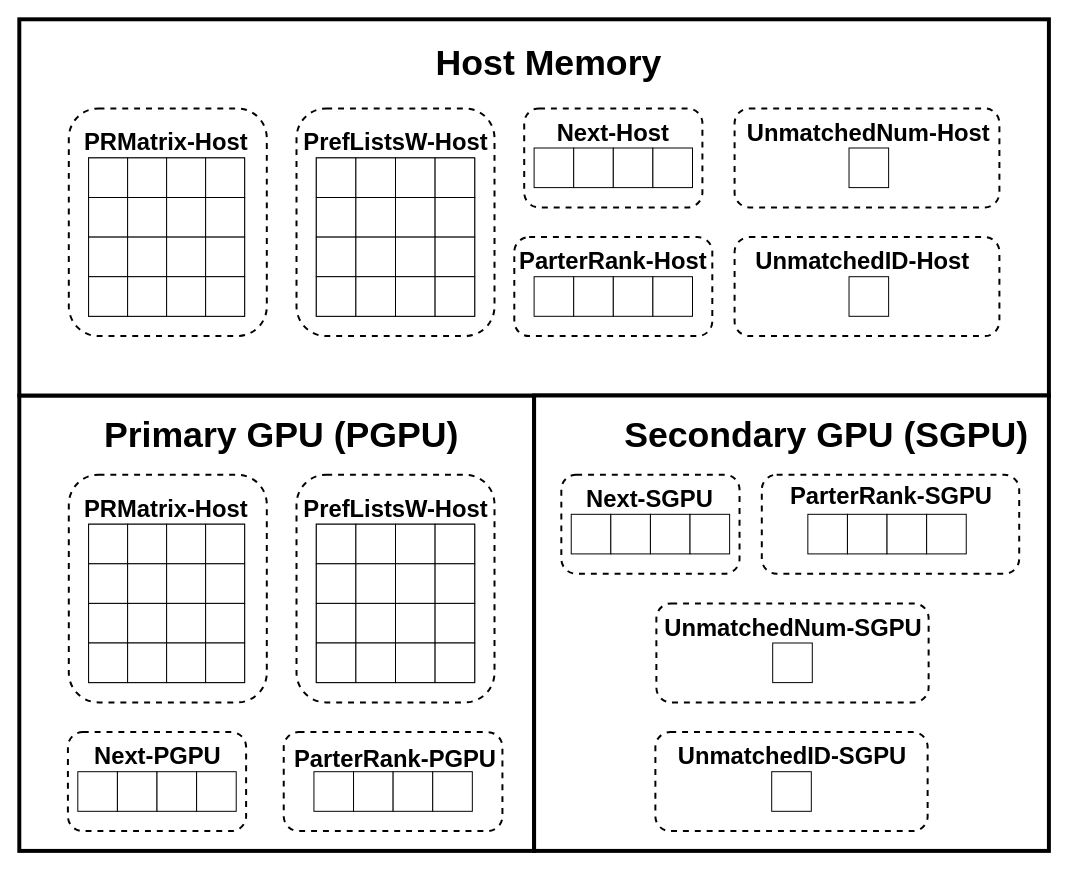
Before: DSInHybridSystem.drawio in victorliu-sq/BambooSMP-Figures, a draw.io diagram. Source tidied: cells renumbered, new cells numbered last; positions are measured from the earlier drawing's top-left corner, leaving out a move shared by most shapes. Both pictures are drawn from the tidied source at 99%, with x=0, y=0 at pixel (19, 19).
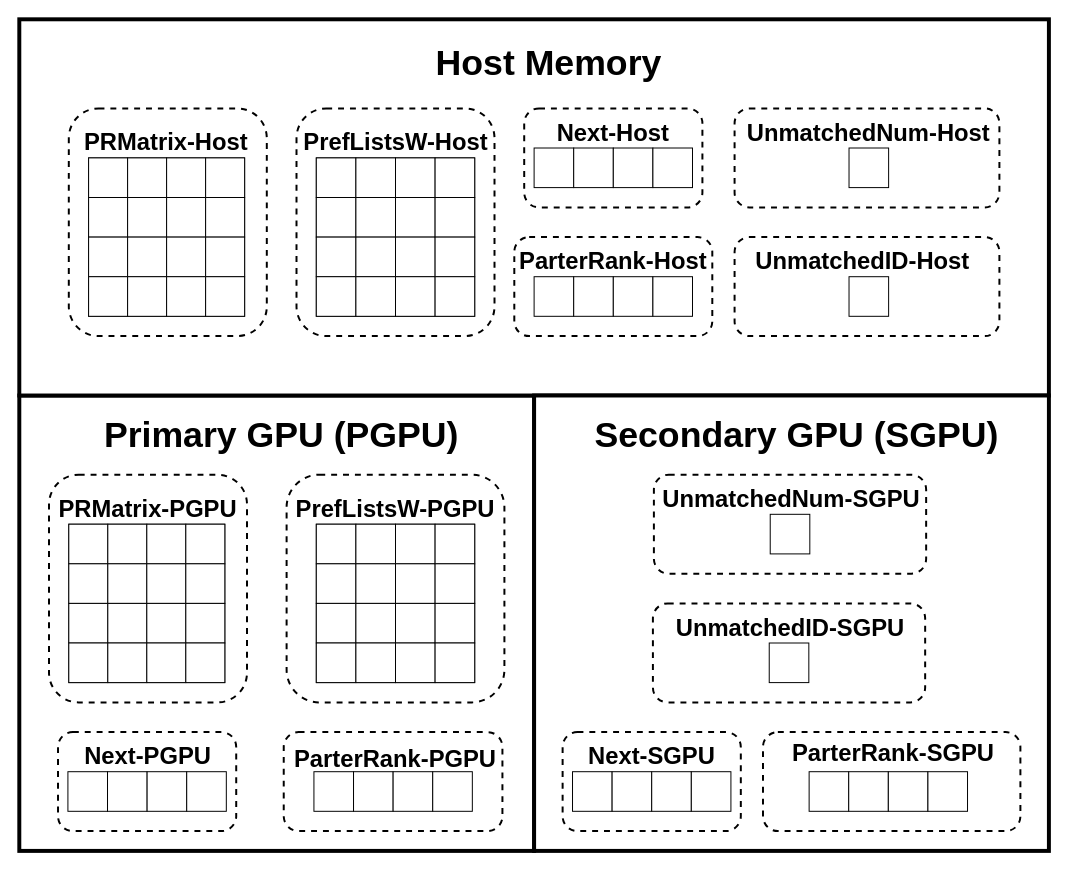
Above is the later version.

The edit, as a diff of the source:
```diff
@@
     <mxCell id="43" style="rounded=1;whiteSpace=wrap;html=1;fillColor=none;strokeWidth=2;dashed=1;" parent="1" vertex="1">
-      <mxGeometry x="547.5" y="460" width="180" height="100" as="geometry" />
+      <mxGeometry x="548.8" y="720" width="180" height="100" as="geometry" />
     </mxCell>
     <mxCell id="44" value="&lt;p style=&quot;font-size: 24px;&quot;&gt;&lt;b style=&quot;font-size: 24px;&quot;&gt;&lt;font style=&quot;font-size: 24px;&quot;&gt;Next-SGPU&lt;/font&gt;&lt;/b&gt;&lt;/p&gt;" style="text;html=1;align=center;verticalAlign=middle;whiteSpace=wrap;rounded=0;fontSize=24;" parent="1" vertex="1">
-      <mxGeometry x="559.4" y="470" width="156.2" height="30" as="geometry" />
+      <mxGeometry x="560.6" y="730" width="156.2" height="30" as="geometry" />
     </mxCell>
     <mxCell id="45" value="&lt;b style=&quot;font-size: 36px;&quot;&gt;&lt;font style=&quot;font-size: 36px;&quot;&gt;Secondary GPU (SGPU)&lt;/font&gt;&lt;/b&gt;" style="rounded=1;whiteSpace=wrap;html=1;strokeColor=none;fillColor=none;fontSize=36;" parent="1" vertex="1">
-      <mxGeometry x="596.2" y="400" width="438.6" height="40" as="geometry" />
+      <mxGeometry x="566.2" y="400" width="438.6" height="40" as="geometry" />
     </mxCell>
@@
     <mxCell id="64" style="rounded=1;whiteSpace=wrap;html=1;fillColor=none;strokeWidth=2;dashed=1;" parent="1" vertex="1">
-      <mxGeometry x="49.1" y="720" width="180" height="100" as="geometry" />
+      <mxGeometry x="39.1" y="720" width="180" height="100" as="geometry" />
     </mxCell>
@@
     <mxCell id="66" style="group;" parent="1" vertex="1">
-      <mxGeometry x="59.1" y="760" width="160" height="80" as="geometry" />
+      <mxGeometry x="49.1" y="760" width="160" height="80" as="geometry" />
     </mxCell>
@@
     <mxCell id="72" value="&lt;p style=&quot;font-size: 24px;&quot;&gt;&lt;b style=&quot;font-size: 24px;&quot;&gt;&lt;font style=&quot;font-size: 24px;&quot;&gt;Next-PGPU&lt;/font&gt;&lt;/b&gt;&lt;/p&gt;" style="text;html=1;align=center;verticalAlign=middle;whiteSpace=wrap;rounded=0;fontSize=24;" parent="1" vertex="1">
-      <mxGeometry x="59.6" y="730" width="160.4" height="30" as="geometry" />
+      <mxGeometry x="49.6" y="730" width="160.4" height="30" as="geometry" />
     </mxCell>
@@
     <mxCell id="85" style="rounded=1;whiteSpace=wrap;html=1;fillColor=none;strokeWidth=2;dashed=1;" parent="1" vertex="1">
-      <mxGeometry x="642.5" y="720" width="275" height="100" as="geometry" />
+      <mxGeometry x="640" y="590" width="275" height="100" as="geometry" />
     </mxCell>
     <mxCell id="86" style="rounded=0;whiteSpace=wrap;html=1;" parent="1" vertex="1">
-      <mxGeometry x="760" y="760" width="40" height="40" as="geometry" />
+      <mxGeometry x="757.5" y="630" width="40" height="40" as="geometry" />
     </mxCell>
     <mxCell id="87" value="&lt;p style=&quot;font-size: 24px;&quot;&gt;&lt;b style=&quot;font-size: 24px;&quot;&gt;&lt;font style=&quot;font-size: 24px;&quot;&gt;UnmatchedID-SGPU&lt;/font&gt;&lt;/b&gt;&lt;br style=&quot;font-size: 24px;&quot;&gt;&lt;/p&gt;" style="text;html=1;align=center;verticalAlign=middle;whiteSpace=wrap;rounded=0;fontSize=24;" parent="1" vertex="1">
-      <mxGeometry x="649.2" y="730" width="264.4" height="30" as="geometry" />
+      <mxGeometry x="646.7" y="600" width="264.4" height="30" as="geometry" />
     </mxCell>
     <mxCell id="88" style="rounded=0;whiteSpace=wrap;html=1;" parent="1" vertex="1">
-      <mxGeometry x="557.5" y="500" width="40" height="40" as="geometry" />
+      <mxGeometry x="558.8" y="760" width="40" height="40" as="geometry" />
     </mxCell>
     <mxCell id="89" style="rounded=0;whiteSpace=wrap;html=1;" parent="1" vertex="1">
-      <mxGeometry x="597.5" y="500" width="40" height="40" as="geometry" />
+      <mxGeometry x="598.8" y="760" width="40" height="40" as="geometry" />
     </mxCell>
     <mxCell id="90" style="rounded=0;whiteSpace=wrap;html=1;" parent="1" vertex="1">
-      <mxGeometry x="637.5" y="500" width="40" height="40" as="geometry" />
+      <mxGeometry x="638.8" y="760" width="40" height="40" as="geometry" />
     </mxCell>
     <mxCell id="91" style="rounded=0;whiteSpace=wrap;html=1;" parent="1" vertex="1">
-      <mxGeometry x="677.5" y="500" width="40" height="40" as="geometry" />
+      <mxGeometry x="678.8" y="760" width="40" height="40" as="geometry" />
     </mxCell>
     <mxCell id="92" style="rounded=1;whiteSpace=wrap;html=1;fillColor=none;strokeWidth=2;dashed=1;" parent="1" vertex="1">
-      <mxGeometry x="50" y="460" width="200" height="230" as="geometry" />
+      <mxGeometry x="30" y="460" width="200" height="230" as="geometry" />
     </mxCell>
     <mxCell id="93" style="rounded=1;whiteSpace=wrap;html=1;fillColor=none;strokeWidth=2;dashed=1;" parent="1" vertex="1">
-      <mxGeometry x="280" y="460" width="200" height="230" as="geometry" />
+      <mxGeometry x="270" y="460" width="220" height="230" as="geometry" />
     </mxCell>
@@
-    <mxCell id="112" value="&lt;p style=&quot;font-size: 24px;&quot;&gt;&lt;b style=&quot;font-size: 24px;&quot;&gt;&lt;font style=&quot;font-size: 24px;&quot;&gt;PRMatrix-Host&lt;/font&gt;&lt;/b&gt;&lt;/p&gt;" style="text;html=1;align=center;verticalAlign=middle;whiteSpace=wrap;rounded=0;fontSize=24;" parent="1" vertex="1">
-      <mxGeometry x="63.2" y="480" width="171.2" height="30" as="geometry" />
+    <mxCell id="112" value="&lt;p style=&quot;font-size: 24px;&quot;&gt;&lt;b style=&quot;font-size: 24px;&quot;&gt;&lt;font style=&quot;font-size: 24px;&quot;&gt;PRMatrix-PGPU&lt;/font&gt;&lt;/b&gt;&lt;/p&gt;" style="text;html=1;align=center;verticalAlign=middle;whiteSpace=wrap;rounded=0;fontSize=24;" parent="1" vertex="1">
+      <mxGeometry x="32.8" y="480" width="194.4" height="30" as="geometry" />
     </mxCell>
-    <mxCell id="113" value="&lt;p&gt;&lt;b&gt;&lt;font style=&quot;font-size: 24px;&quot;&gt;PrefListsW-Host&lt;/font&gt;&lt;/b&gt;&lt;/p&gt;" style="text;html=1;align=center;verticalAlign=middle;whiteSpace=wrap;rounded=0;" parent="1" vertex="1">
-      <mxGeometry x="283.8" y="480" width="192.5" height="30" as="geometry" />
+    <mxCell id="113" value="&lt;p&gt;&lt;b&gt;&lt;font style=&quot;font-size: 24px;&quot;&gt;PrefListsW-PGPU&lt;/font&gt;&lt;/b&gt;&lt;/p&gt;" style="text;html=1;align=center;verticalAlign=middle;whiteSpace=wrap;rounded=0;" parent="1" vertex="1">
+      <mxGeometry x="276.9" y="480" width="206.2" height="30" as="geometry" />
     </mxCell>
     <mxCell id="114" style="rounded=0;whiteSpace=wrap;html=1;" parent="1" vertex="1">
-      <mxGeometry x="70" y="510" width="157.6" height="160" as="geometry" />
+      <mxGeometry x="50" y="510" width="157.6" height="160" as="geometry" />
     </mxCell>
     <mxCell id="115" style="rounded=0;whiteSpace=wrap;html=1;" parent="1" vertex="1">
-      <mxGeometry x="70" y="510" width="39.4" height="40" as="geometry" />
+      <mxGeometry x="50" y="510" width="39.4" height="40" as="geometry" />
     </mxCell>
     <mxCell id="116" style="rounded=0;whiteSpace=wrap;html=1;" parent="1" vertex="1">
-      <mxGeometry x="70" y="550" width="39.4" height="40" as="geometry" />
+      <mxGeometry x="50" y="550" width="39.4" height="40" as="geometry" />
     </mxCell>
     <mxCell id="117" style="rounded=0;whiteSpace=wrap;html=1;" parent="1" vertex="1">
-      <mxGeometry x="70" y="590" width="39.4" height="40" as="geometry" />
+      <mxGeometry x="50" y="590" width="39.4" height="40" as="geometry" />
     </mxCell>
     <mxCell id="118" style="rounded=0;whiteSpace=wrap;html=1;" parent="1" vertex="1">
-      <mxGeometry x="70" y="630" width="39.4" height="40" as="geometry" />
+      <mxGeometry x="50" y="630" width="39.4" height="40" as="geometry" />
     </mxCell>
     <mxCell id="119" style="rounded=0;whiteSpace=wrap;html=1;" parent="1" vertex="1">
-      <mxGeometry x="109.4" y="510" width="39.4" height="40" as="geometry" />
+      <mxGeometry x="89.4" y="510" width="39.4" height="40" as="geometry" />
     </mxCell>
     <mxCell id="120" style="rounded=0;whiteSpace=wrap;html=1;" parent="1" vertex="1">
-      <mxGeometry x="109.4" y="550" width="39.4" height="40" as="geometry" />
+      <mxGeometry x="89.4" y="550" width="39.4" height="40" as="geometry" />
     </mxCell>
     <mxCell id="121" style="rounded=0;whiteSpace=wrap;html=1;" parent="1" vertex="1">
-      <mxGeometry x="109.4" y="590" width="39.4" height="40" as="geometry" />
+      <mxGeometry x="89.4" y="590" width="39.4" height="40" as="geometry" />
     </mxCell>
     <mxCell id="122" style="rounded=0;whiteSpace=wrap;html=1;" parent="1" vertex="1">
-      <mxGeometry x="109.4" y="630" width="39.4" height="40" as="geometry" />
+      <mxGeometry x="89.4" y="630" width="39.4" height="40" as="geometry" />
     </mxCell>
     <mxCell id="123" style="rounded=0;whiteSpace=wrap;html=1;" parent="1" vertex="1">
-      <mxGeometry x="148.8" y="510" width="39.4" height="40" as="geometry" />
+      <mxGeometry x="128.8" y="510" width="39.4" height="40" as="geometry" />
     </mxCell>
     <mxCell id="124" style="rounded=0;whiteSpace=wrap;html=1;" parent="1" vertex="1">
-      <mxGeometry x="148.8" y="550" width="39.4" height="40" as="geometry" />
+      <mxGeometry x="128.8" y="550" width="39.4" height="40" as="geometry" />
     </mxCell>
     <mxCell id="125" style="rounded=0;whiteSpace=wrap;html=1;" parent="1" vertex="1">
-      <mxGeometry x="148.8" y="590" width="39.4" height="40" as="geometry" />
+      <mxGeometry x="128.8" y="590" width="39.4" height="40" as="geometry" />
     </mxCell>
     <mxCell id="126" style="rounded=0;whiteSpace=wrap;html=1;" parent="1" vertex="1">
-      <mxGeometry x="148.8" y="630" width="39.4" height="40" as="geometry" />
+      <mxGeometry x="128.8" y="630" width="39.4" height="40" as="geometry" />
     </mxCell>
     <mxCell id="127" style="rounded=0;whiteSpace=wrap;html=1;" parent="1" vertex="1">
-      <mxGeometry x="188.2" y="510" width="39.4" height="40" as="geometry" />
+      <mxGeometry x="168.2" y="510" width="39.4" height="40" as="geometry" />
     </mxCell>
     <mxCell id="128" style="rounded=0;whiteSpace=wrap;html=1;" parent="1" vertex="1">
-      <mxGeometry x="188.2" y="550" width="39.4" height="40" as="geometry" />
+      <mxGeometry x="168.2" y="550" width="39.4" height="40" as="geometry" />
     </mxCell>
     <mxCell id="129" style="rounded=0;whiteSpace=wrap;html=1;" parent="1" vertex="1">
-      <mxGeometry x="188.2" y="590" width="39.4" height="40" as="geometry" />
+      <mxGeometry x="168.2" y="590" width="39.4" height="40" as="geometry" />
     </mxCell>
     <mxCell id="130" style="rounded=0;whiteSpace=wrap;html=1;" parent="1" vertex="1">
-      <mxGeometry x="188.2" y="630" width="39.4" height="40" as="geometry" />
+      <mxGeometry x="168.2" y="630" width="39.4" height="40" as="geometry" />
     </mxCell>
     <mxCell id="131" style="rounded=1;whiteSpace=wrap;html=1;fillColor=none;strokeWidth=2;dashed=1;" parent="1" vertex="1">
-      <mxGeometry x="750" y="460" width="260" height="100" as="geometry" />
+      <mxGeometry x="751.2" y="720" width="260" height="100" as="geometry" />
     </mxCell>
     <mxCell id="132" style="group;" parent="1" vertex="1">
-      <mxGeometry x="796.5" y="500" width="160" height="80" as="geometry" />
+      <mxGeometry x="797.8" y="760" width="160" height="80" as="geometry" />
     </mxCell>
@@
     <mxCell id="138" value="&lt;p style=&quot;font-size: 24px;&quot;&gt;&lt;b style=&quot;font-size: 24px;&quot;&gt;&lt;font style=&quot;font-size: 24px;&quot;&gt;ParterRank-SGPU&lt;/font&gt;&lt;/b&gt;&lt;/p&gt;" style="text;html=1;align=center;verticalAlign=middle;whiteSpace=wrap;rounded=0;fontSize=24;" parent="1" vertex="1">
-      <mxGeometry x="771.3" y="463.1" width="220" height="36.9" as="geometry" />
+      <mxGeometry x="772.6" y="723.2" width="220" height="36.9" as="geometry" />
     </mxCell>
     <mxCell id="139" style="rounded=1;whiteSpace=wrap;html=1;fillColor=none;strokeWidth=2;dashed=1;" parent="1" vertex="1">
-      <mxGeometry x="643.5" y="590" width="275" height="100" as="geometry" />
+      <mxGeometry x="641" y="460" width="275" height="100" as="geometry" />
     </mxCell>
     <mxCell id="140" style="rounded=0;whiteSpace=wrap;html=1;" parent="1" vertex="1">
-      <mxGeometry x="761" y="630" width="40" height="40" as="geometry" />
+      <mxGeometry x="758.5" y="500" width="40" height="40" as="geometry" />
     </mxCell>
     <mxCell id="141" value="&lt;p style=&quot;font-size: 24px;&quot;&gt;&lt;b style=&quot;font-size: 24px;&quot;&gt;&lt;font style=&quot;font-size: 24px;&quot;&gt;UnmatchedNum-SGPU&lt;/font&gt;&lt;/b&gt;&lt;br style=&quot;font-size: 24px;&quot;&gt;&lt;/p&gt;" style="text;html=1;align=center;verticalAlign=middle;whiteSpace=wrap;rounded=0;fontSize=24;" parent="1" vertex="1">
-      <mxGeometry x="650.2" y="600" width="264.4" height="30" as="geometry" />
+      <mxGeometry x="647.7" y="470" width="264.4" height="30" as="geometry" />
     </mxCell>
```
